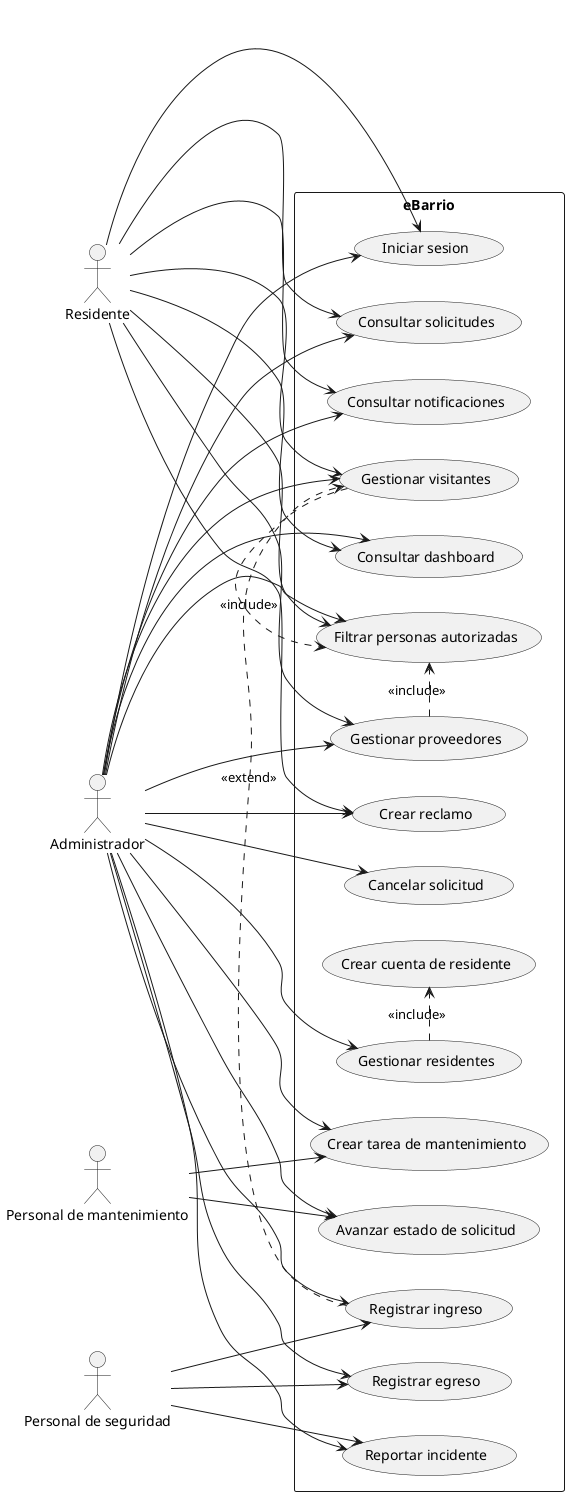
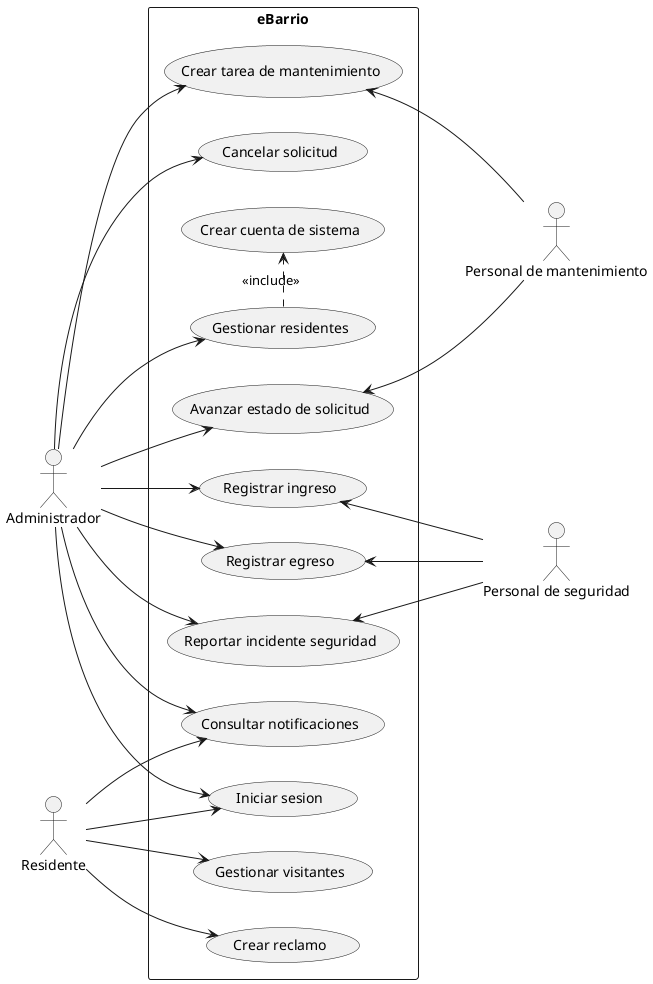
@startuml
left to right direction

+ ' Actores Primarios (Izquierda - Inician la interacción en la interfaz)
actor Administrador
actor Residente
+ 
+ ' Actores Secundarios (Derecha - Participan, asisten o reciben la acción)
actor "Personal de seguridad" as Seguridad
actor "Personal de mantenimiento" as Mantenimiento

rectangle "eBarrio" {
  usecase "Iniciar sesion" as UCLogin
-   usecase "Consultar dashboard" as UCDashboard
  usecase "Gestionar residentes" as UCResidentes
-   usecase "Crear cuenta de residente" as UCCuenta
+   usecase "Crear cuenta de sistema" as UCCuenta
  usecase "Gestionar visitantes" as UCVisitantes
-   usecase "Gestionar proveedores" as UCProveedores
-   usecase "Filtrar personas autorizadas" as UCFiltrar
  usecase "Registrar ingreso" as UCIngreso
  usecase "Registrar egreso" as UCEgreso
  usecase "Crear reclamo" as UCReclamo
  usecase "Crear tarea de mantenimiento" as UCTarea
-   usecase "Reportar incidente" as UCIncidente
-   usecase "Consultar solicitudes" as UCConsultarSolicitudes
+   usecase "Reportar incidente seguridad" as UCIncidente
  usecase "Avanzar estado de solicitud" as UCAvanzar
  usecase "Cancelar solicitud" as UCCancelar
  usecase "Consultar notificaciones" as UCNotificaciones
}

+ ' --- RELACIONES ACTORES PRIMARIOS (De Izquierda a Derecha) ---
Administrador --> UCLogin
- Administrador --> UCDashboard
Administrador --> UCResidentes
- Administrador --> UCVisitantes
- Administrador --> UCProveedores
- Administrador --> UCFiltrar
Administrador --> UCIngreso
Administrador --> UCEgreso
- Administrador --> UCReclamo
+ Administrador --> UCIncidente
Administrador --> UCTarea
- Administrador --> UCIncidente
- Administrador --> UCConsultarSolicitudes
Administrador --> UCAvanzar
Administrador --> UCCancelar
Administrador --> UCNotificaciones

Residente --> UCLogin
- Residente --> UCDashboard
Residente --> UCVisitantes
- Residente --> UCProveedores
- Residente --> UCFiltrar
Residente --> UCReclamo
- Residente --> UCConsultarSolicitudes
Residente --> UCNotificaciones

- Seguridad --> UCIngreso
- Seguridad --> UCEgreso
- Seguridad --> UCIncidente
+ UCResidentes .> UCCuenta : <<include>>

- Mantenimiento --> UCTarea
- Mantenimiento --> UCAvanzar
+ ' --- RELACIONES ACTORES SECUNDARIOS (Desde el Caso de Uso hacia la Derecha) ---
+ UCIngreso <-- Seguridad
+ UCEgreso <-- Seguridad
+ UCIncidente <-- Seguridad

- UCResidentes .> UCCuenta : <<include>>
- UCVisitantes .> UCFiltrar : <<include>>
- UCProveedores .> UCFiltrar : <<include>>
- UCIngreso .> UCVisitantes : <<extend>>
- @enduml
+ UCTarea <-- Mantenimiento
+ UCAvanzar <-- Mantenimiento
+ @enduml